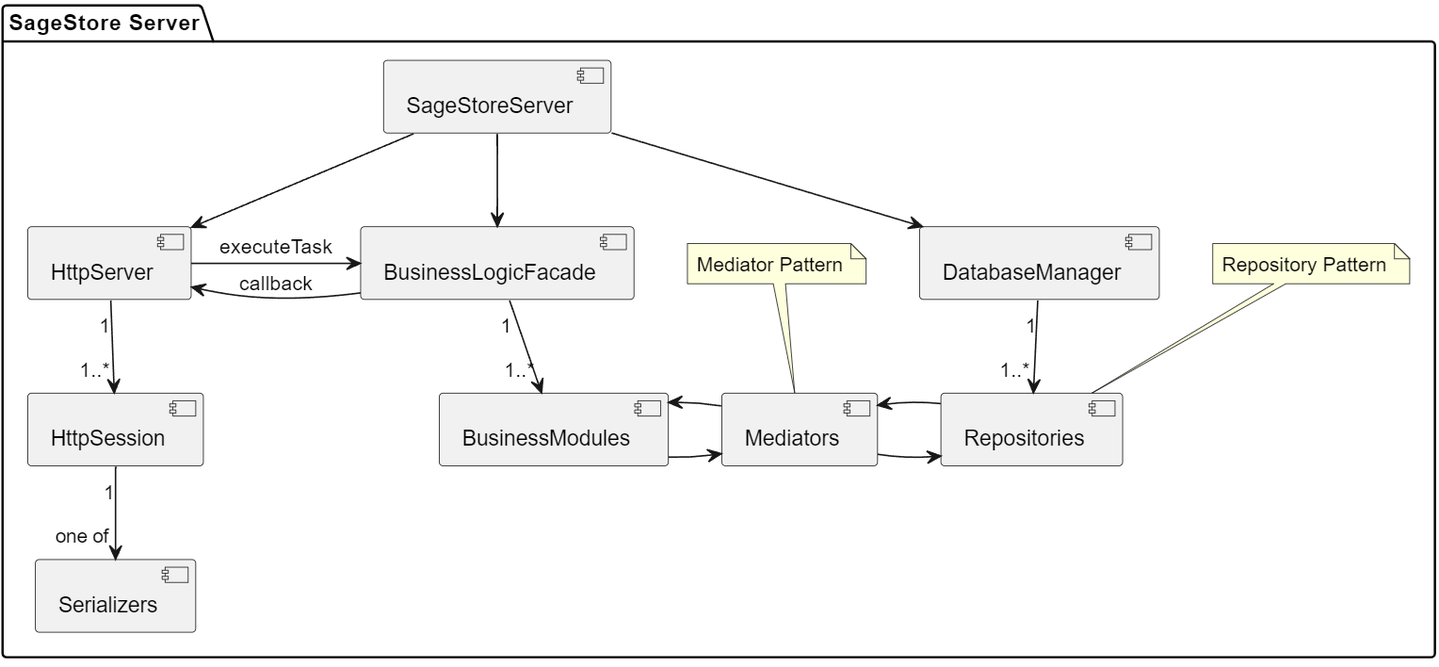
The PlantUML diagram docs/server/Server_Design.png in Sage-Cat/SageStore, before a commit. Its source is kept beside it as docs/server/plantuml/Server_Design.puml.
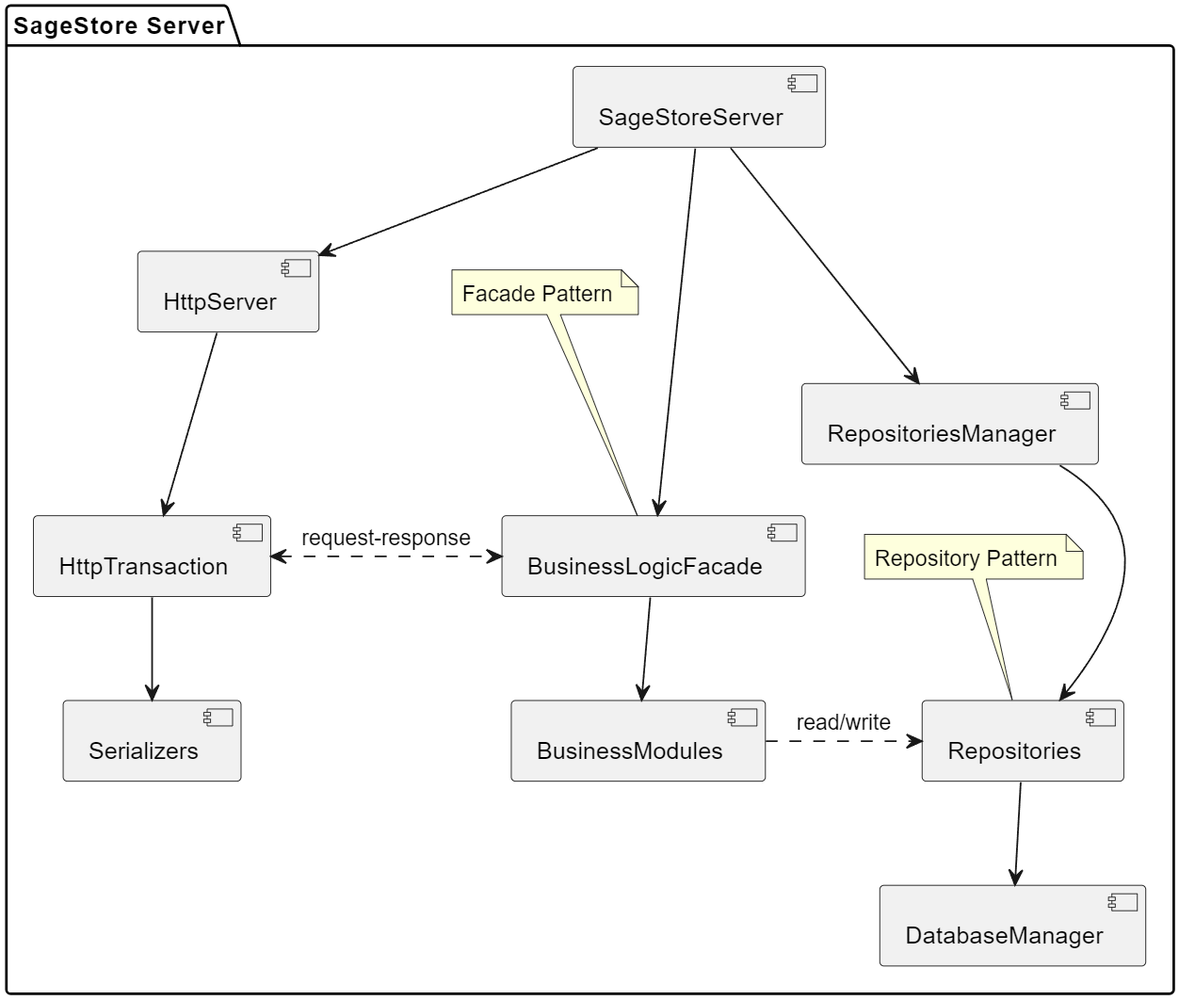
Above is the later version.

Change to the diagram source:
```diff
@@ -8,34 +8,30 @@
     [Serializers] as S
     [BusinessLogicFacade] as BLF
     [BusinessModules] as BM
-    [Mediators] as M
+    [RepositoriesManager] as RM
     [DatabaseManager] as DM
     [Repositories] as R
 
     SSS -down-> HS
     SSS -down-> BLF
-    SSS -down-> DM
+    SSS -down-> RM
 
-    HS -right-> BLF : "executeTask"
-    HS <-right- BLF : "callback"
+    HS -down-> HT
+    HT -down-> S
 
-    HS "1"-down->"1..*" HT
-    HT "1"-down->"1" S
+    BLF -down-> BM
+    HT <.> BLF : "request-response"
 
-    BLF "1"-down->"1..*" BM
+    RM -down-> R
+    R -down-> DM
 
-    DM "1"-down->"1..*" R
+    BM .> R : "read/write"
 
-    BM -right-> M
-    BM <-right- M
-    M -right-> R
-    M <-right- R
+    note "Repository Pattern" as RepoNote1
+    RepoNote1 .. R
 
-    note "Mediator Pattern" as MediatorNote
-    MediatorNote .. M
-
-    note "Repository Pattern" as RepoNote
-    RepoNote .. R
+    note "Facade Pattern" as RepoNote2
+    RepoNote2 .. BLF
 }
 
 @enduml
```
